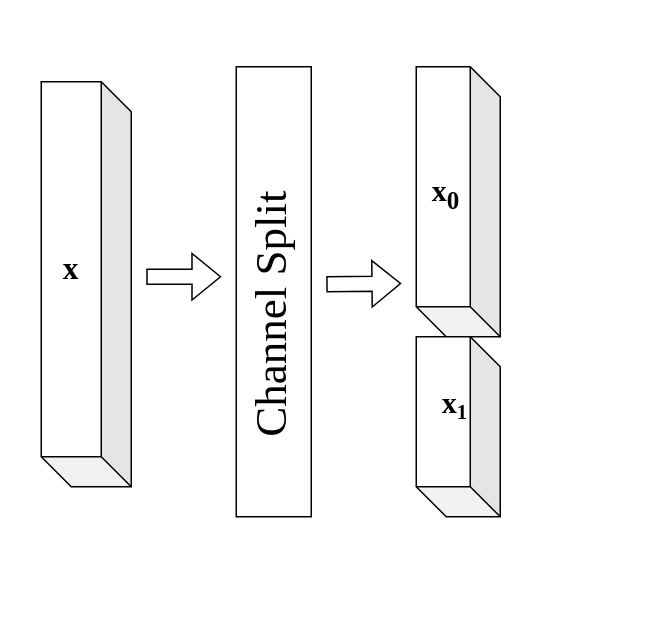
Before: 双域特征混合.drawio in gao131/nlp-beginner, a draw.io diagram. Source tidied: cells renumbered, new cells numbered last; positions are measured from the earlier drawing's top-left corner, leaving out a move shared by most shapes. Both pictures are drawn from the tidied source at 150%, with x=0, y=0 at pixel (-20, 66).
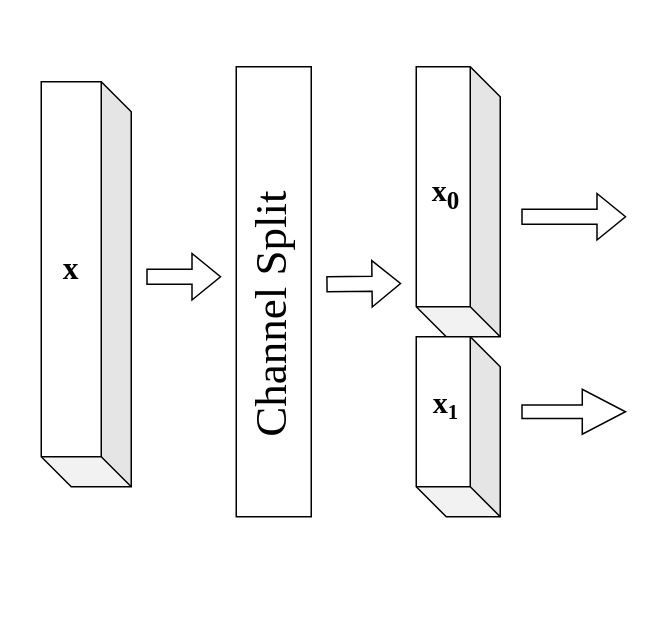
Above is the later version.

Commit message (it also covers changes not shown here):
更新双域特征混合.drawio

The edit, as a diff of the source:
```diff
@@
 <mxGraphModel>
   <root>
     <mxCell id="0" />
     <mxCell id="1" parent="0" />
     <mxCell id="2" style="shape=flexArrow;endArrow=classic;html=1;rounded=0;exitX=1;exitY=0.5;exitDx=0;exitDy=0;" parent="1" edge="1">
       <mxGeometry relative="1" as="geometry">
         <mxPoint x="110" y="140" as="sourcePoint" />
         <mxPoint x="160" y="140" as="targetPoint" />
       </mxGeometry>
     </mxCell>
     <mxCell id="3" style="shape=cube;whiteSpace=wrap;html=1;boundedLbl=1;backgroundOutline=1;darkOpacity=0.05;darkOpacity2=0.1;rotation=-180;" parent="1" vertex="1">
       <mxGeometry x="40" y="10" width="60" height="270" as="geometry" />
     </mxCell>
     <mxCell id="4" value="&lt;font style=&quot;font-size: 21px;&quot; face=&quot;Times New Roman&quot;&gt;&lt;b&gt;x&lt;/b&gt;&lt;/font&gt;" style="text;html=1;align=center;verticalAlign=middle;whiteSpace=wrap;rounded=0;" parent="1" vertex="1">
       <mxGeometry x="30" y="120" width="60" height="30" as="geometry" />
     </mxCell>
     <mxCell id="5" style="rounded=0;whiteSpace=wrap;html=1;" parent="1" vertex="1">
       <mxGeometry x="170" width="50" height="300" as="geometry" />
     </mxCell>
     <mxCell id="6" value="&lt;font style=&quot;font-size: 30px;&quot; face=&quot;Times New Roman&quot;&gt;Channel Split&lt;/font&gt;" style="text;html=1;align=center;verticalAlign=middle;whiteSpace=wrap;rounded=0;rotation=-90;" parent="1" vertex="1">
       <mxGeometry y="130" width="385" height="70" as="geometry" />
     </mxCell>
     <mxCell id="7" style="shape=cube;whiteSpace=wrap;html=1;boundedLbl=1;backgroundOutline=1;darkOpacity=0.05;darkOpacity2=0.1;rotation=-180;" parent="1" vertex="1">
       <mxGeometry x="290" width="56" height="180" as="geometry" />
     </mxCell>
     <mxCell id="8" style="shape=cube;whiteSpace=wrap;html=1;boundedLbl=1;backgroundOutline=1;darkOpacity=0.05;darkOpacity2=0.1;rotation=-180;" parent="1" vertex="1">
       <mxGeometry x="290" y="180" width="56" height="120" as="geometry" />
     </mxCell>
     <mxCell id="9" style="shape=flexArrow;endArrow=classic;html=1;rounded=0;" parent="1" edge="1">
       <mxGeometry relative="1" as="geometry">
         <mxPoint x="230" y="145" as="sourcePoint" />
         <mxPoint x="280" y="144.5" as="targetPoint" />
       </mxGeometry>
     </mxCell>
     <mxCell id="10" value="&lt;font style=&quot;font-size: 20px;&quot; face=&quot;Times New Roman&quot;&gt;&lt;b&gt;x&lt;sub style=&quot;&quot;&gt;0&lt;/sub&gt;&lt;/b&gt;&lt;/font&gt;" style="text;html=1;align=center;verticalAlign=middle;whiteSpace=wrap;rounded=0;" parent="1" vertex="1">
       <mxGeometry x="280" y="70" width="60" height="30" as="geometry" />
     </mxCell>
     <mxCell id="11" value="&lt;font style=&quot;&quot; face=&quot;Times New Roman&quot;&gt;&lt;b style=&quot;&quot;&gt;&lt;span style=&quot;font-size: 20px;&quot;&gt;x&lt;/span&gt;&lt;span style=&quot;font-size: 16.6667px;&quot;&gt;&lt;sub&gt;1&lt;/sub&gt;&lt;/span&gt;&lt;/b&gt;&lt;/font&gt;" style="text;html=1;align=center;verticalAlign=middle;whiteSpace=wrap;rounded=0;" parent="1" vertex="1">
-      <mxGeometry x="286" y="210" width="60" height="30" as="geometry" />
+      <mxGeometry x="280" y="210" width="60" height="30" as="geometry" />
     </mxCell>
+    <mxCell id="12" style="shape=flexArrow;endArrow=classic;html=1;rounded=0;" parent="1" edge="1">
+      <mxGeometry relative="1" as="geometry">
+        <mxPoint x="360" y="100" as="sourcePoint" />
+        <mxPoint x="430" y="100" as="targetPoint" />
+      </mxGeometry>
+    </mxCell>
+    <mxCell id="13" style="shape=flexArrow;endArrow=classic;html=1;rounded=0;width=9;endSize=9.27;" parent="1" edge="1">
+      <mxGeometry relative="1" as="geometry">
+        <mxPoint x="360" y="230" as="sourcePoint" />
+        <mxPoint x="430" y="230" as="targetPoint" />
+      </mxGeometry>
+    </mxCell>
   </root>
 </mxGraphModel>
```
